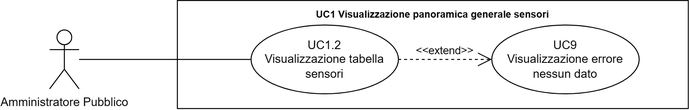
SWATEngineering/Docs keeps this draw.io diagram as src/3_PB/AnalisiDeiRequisiti/assets/UML/UC1.2_Visualizzazione-tabella-sensori.png. Above is the earlier version. Source tidied: cells renumbered, new cells last; positions are measured from the earlier drawing's top-left corner, leaving out a move shared by most shapes.
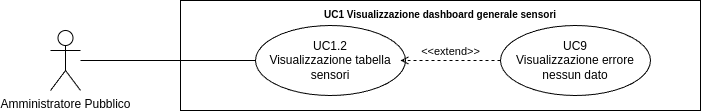
After the commit.

What changed in the source:
```diff
@@ -5,7 +5,7 @@
     <mxCell id="2" value="Amministratore Pubblico" style="shape=umlActor;verticalLabelPosition=bottom;verticalAlign=top;html=1;outlineConnect=0;" parent="1" vertex="1">
       <mxGeometry y="30" width="30" height="60" as="geometry" />
     </mxCell>
-    <mxCell id="3" value="&lt;b style=&quot;border-color: var(--border-color); font-size: 10px;&quot;&gt;UC1 Visualizzazione panoramica generale sensori&lt;/b&gt;" style="shape=rect;html=1;verticalAlign=top;fontStyle=1;whiteSpace=wrap;align=center;" parent="1" vertex="1">
+    <mxCell id="3" value="&lt;b style=&quot;border-color: var(--border-color); font-size: 10px;&quot;&gt;UC1 Visualizzazione dashboard generale sensori&lt;/b&gt;" style="shape=rect;html=1;verticalAlign=top;fontStyle=1;whiteSpace=wrap;align=center;" parent="1" vertex="1">
       <mxGeometry x="130" width="520" height="110" as="geometry" />
     </mxCell>
     <mxCell id="4" value="UC1.2&lt;br&gt;Visualizzazione tabella sensori" style="ellipse;whiteSpace=wrap;html=1;" parent="1" vertex="1">
@@ -17,8 +17,10 @@
     <mxCell id="6" value="UC9&lt;br&gt;Visualizzazione errore nessun dato" style="ellipse;whiteSpace=wrap;html=1;" parent="1" vertex="1">
       <mxGeometry x="450" y="25" width="150" height="70" as="geometry" />
     </mxCell>
-    <mxCell id="7" value="&amp;lt;&amp;lt;extend&amp;gt;&amp;gt;" style="edgeStyle=none;html=1;startArrow=open;endArrow=none;startSize=12;verticalAlign=bottom;dashed=1;labelBackgroundColor=none;rounded=0;" parent="1" edge="1" source="6" target="4">
-      <mxGeometry relative="1" as="geometry" />
+    <mxCell id="7" value="&amp;lt;&amp;lt;extend&amp;gt;&amp;gt;" style="html=1;verticalAlign=bottom;labelBackgroundColor=none;endArrow=open;endFill=0;dashed=1;rounded=0;exitX=0;exitY=0.5;exitDx=0;exitDy=0;" parent="1" edge="1" source="6">
+      <mxGeometry relative="1" as="geometry">
+        <mxPoint x="350" y="60" as="targetPoint" />
+      </mxGeometry>
     </mxCell>
   </root>
 </mxGraphModel>
```
